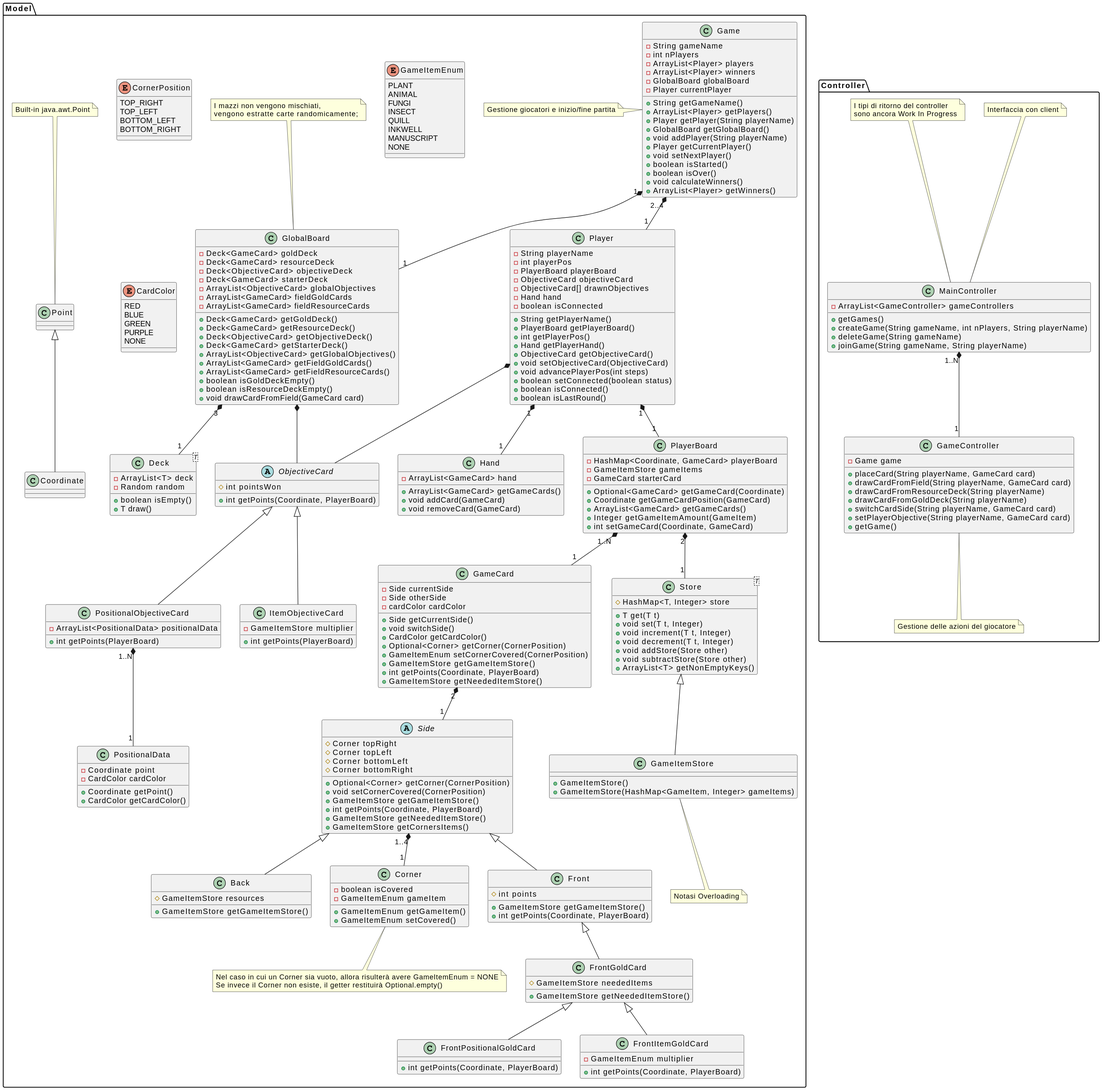
PiervitoCreanza/IS24-AM02 keeps this PlantUML diagram as deliverables/UML/IS24-AM02_model.svg. Above is the earlier version.
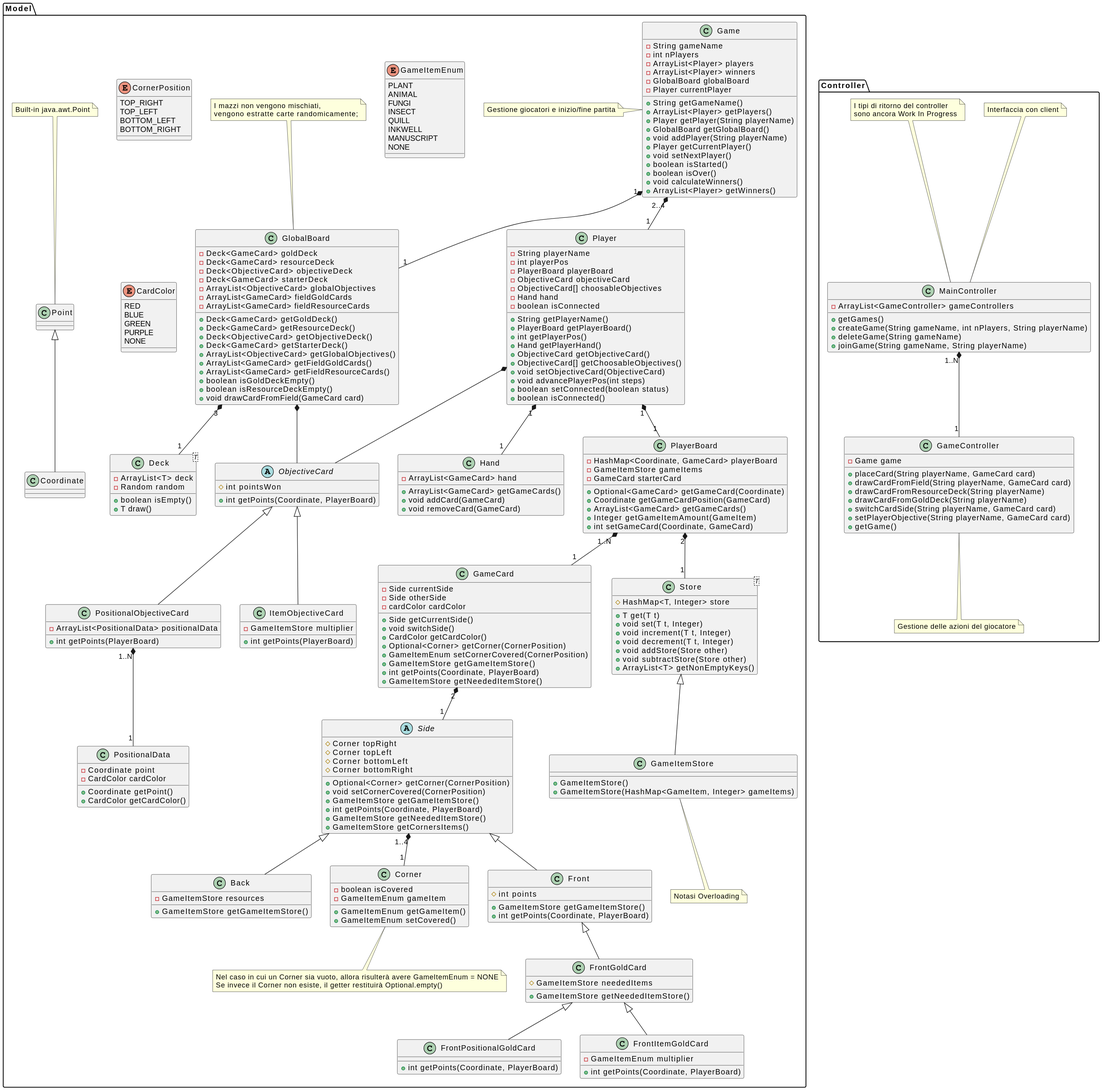
Later version of the same file.

Commit message:
58 uml getdrawnobjectives method is missing in the player class (#59)

Change to the diagram source:
```diff
@@ -102,7 +102,7 @@
         -int playerPos
         -PlayerBoard playerBoard
         -ObjectiveCard objectiveCard
-        -ObjectiveCard[] drawnObjectives
+        -ObjectiveCard[] choosableObjectives
         -Hand hand
         -boolean isConnected
         +String getPlayerName()
@@ -110,11 +110,11 @@
         +int getPlayerPos()
         +Hand getPlayerHand()
         +ObjectiveCard getObjectiveCard()
+        +ObjectiveCard[] getChoosableObjectives()
         +void setObjectiveCard(ObjectiveCard)
         +void advancePlayerPos(int steps)
         +boolean setConnected(boolean status)
         +boolean isConnected()
-        +boolean isLastRound()
     }
 
     Player "1" *-- "1" PlayerBoard
@@ -251,7 +251,7 @@
 
 
     class Back {
-        #GameItemStore resources
+        -GameItemStore resources
         +GameItemStore getGameItemStore()
     }
 
```
